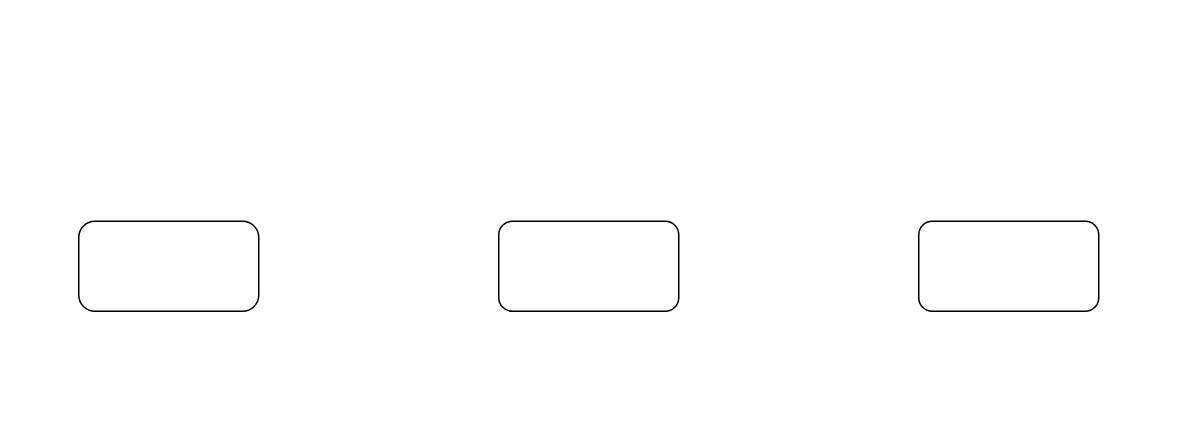
Masterkire/tienda-react keeps this draw.io diagram as tienda-React.drawio. Above is the earlier version. Source tidied: cells renumbered, new cells numbered last; positions are measured from the earlier drawing's top-left corner, leaving out a move shared by most shapes. Both pictures are drawn from the tidied source at 150%, with x=0, y=0 at pixel (78, 220).
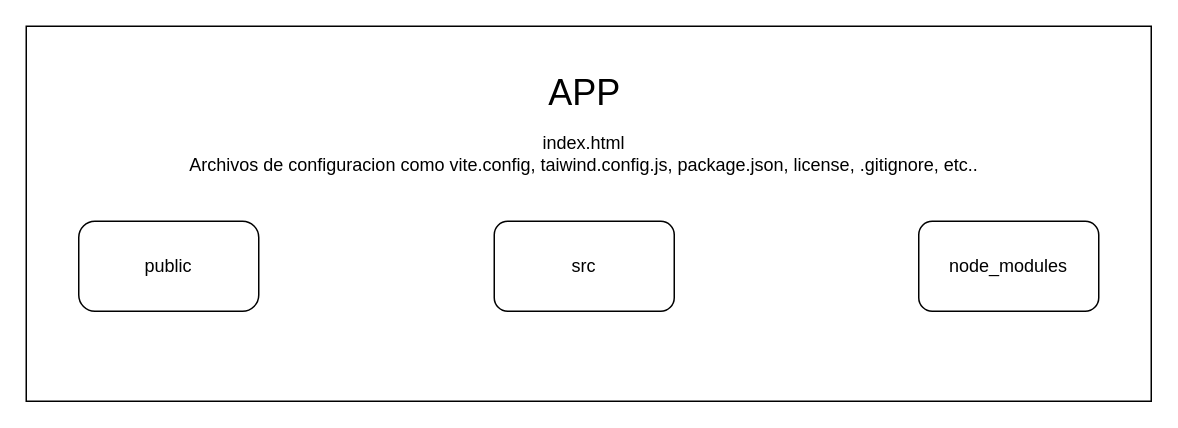
After the change.

Diff of the diagram source:
```diff
@@
 <mxGraphModel>
   <root>
     <mxCell id="0" />
     <mxCell id="1" parent="0" />
-    <mxCell id="2" style="rounded=1;whiteSpace=wrap;html=1;arcSize=18;" parent="1" vertex="1">
-      <mxGeometry width="120" height="60" as="geometry" />
-    </mxCell>
+    <mxCell id="5" style="rounded=0;whiteSpace=wrap;html=1;" parent="1" vertex="1">
+      <mxGeometry x="-35" y="-130" width="750" height="250" as="geometry" />
+    </mxCell>
     <mxCell id="3" style="rounded=1;whiteSpace=wrap;html=1;" parent="1" vertex="1">
-      <mxGeometry x="280" width="120" height="60" as="geometry" />
+      <mxGeometry x="277" width="120" height="60" as="geometry" />
     </mxCell>
     <mxCell id="4" style="rounded=1;whiteSpace=wrap;html=1;" parent="1" vertex="1">
       <mxGeometry x="560" width="120" height="60" as="geometry" />
     </mxCell>
+    <mxCell id="6" value="src" style="text;html=1;strokeColor=none;fillColor=none;align=center;verticalAlign=middle;whiteSpace=wrap;rounded=0;" parent="1" vertex="1">
+      <mxGeometry x="307" y="15" width="60" height="30" as="geometry" />
+    </mxCell>
+    <mxCell id="7" value="node_modules" style="text;html=1;strokeColor=none;fillColor=none;align=center;verticalAlign=middle;whiteSpace=wrap;rounded=0;" parent="1" vertex="1">
+      <mxGeometry x="575" y="15" width="90" height="30" as="geometry" />
+    </mxCell>
+    <mxCell id="2" style="rounded=1;whiteSpace=wrap;html=1;arcSize=18;" parent="1" vertex="1">
+      <mxGeometry width="120" height="60" as="geometry" />
+    </mxCell>
+    <mxCell id="8" value="public" style="text;html=1;strokeColor=none;fillColor=none;align=center;verticalAlign=middle;whiteSpace=wrap;rounded=0;" parent="1" vertex="1">
+      <mxGeometry x="30" y="15" width="60" height="30" as="geometry" />
+    </mxCell>
+    <mxCell id="9" value="&lt;font style=&quot;font-size: 24px;&quot;&gt;APP&lt;/font&gt;" style="text;html=1;strokeColor=none;fillColor=none;align=center;verticalAlign=middle;whiteSpace=wrap;rounded=0;" parent="1" vertex="1">
+      <mxGeometry x="299" y="-110" width="77" height="50" as="geometry" />
+    </mxCell>
+    <mxCell id="10" value="index.html&lt;br&gt;Archivos de configuracion como vite.config, taiwind.config.js, package.json, license, .gitignore, etc.." style="text;html=1;strokeColor=none;fillColor=none;align=center;verticalAlign=middle;whiteSpace=wrap;rounded=0;" parent="1" vertex="1">
+      <mxGeometry x="-33" y="-60" width="740" height="30" as="geometry" />
+    </mxCell>
   </root>
 </mxGraphModel>
```
